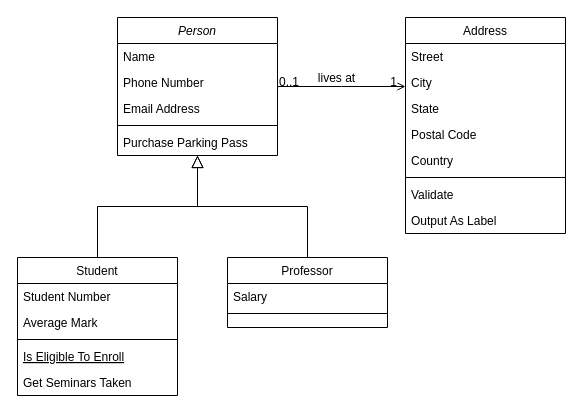
Above: diagrams/异步任务涉及记账时的堆栈.drawio in libo9527/static (draw.io), before the change. Source tidied: cells renumbered, new cells numbered last; positions are measured from the earlier drawing's top-left corner, leaving out a move shared by most shapes. Both pictures are drawn from the tidied source at 100%, with x=0, y=0 at pixel (17, 17).
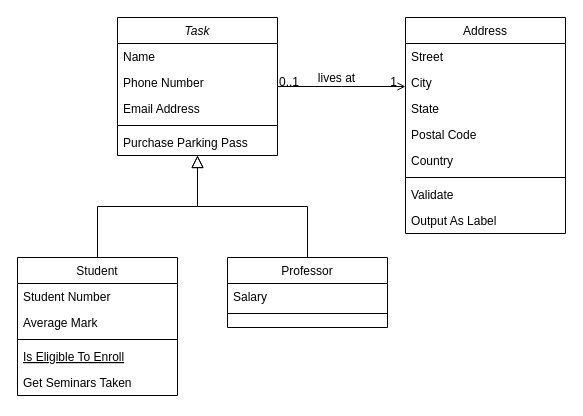
After the change.

Commit message (it also covers changes not shown here):
更新异步任务涉及记账时的堆栈.drawio

Diff of the diagram source:
```diff
@@
-    <mxCell id="2" value="Person" style="swimlane;fontStyle=2;align=center;verticalAlign=top;horizontal=1;startSize=26;rounded=0;shadow=0;strokeWidth=1;" parent="1" vertex="1">
+    <mxCell id="2" value="Task" style="swimlane;fontStyle=2;align=center;verticalAlign=top;horizontal=1;startSize=26;rounded=0;shadow=0;strokeWidth=1;" parent="1" vertex="1">
       <mxGeometry x="100" width="160" height="138" as="geometry" />
     </mxCell>
```
